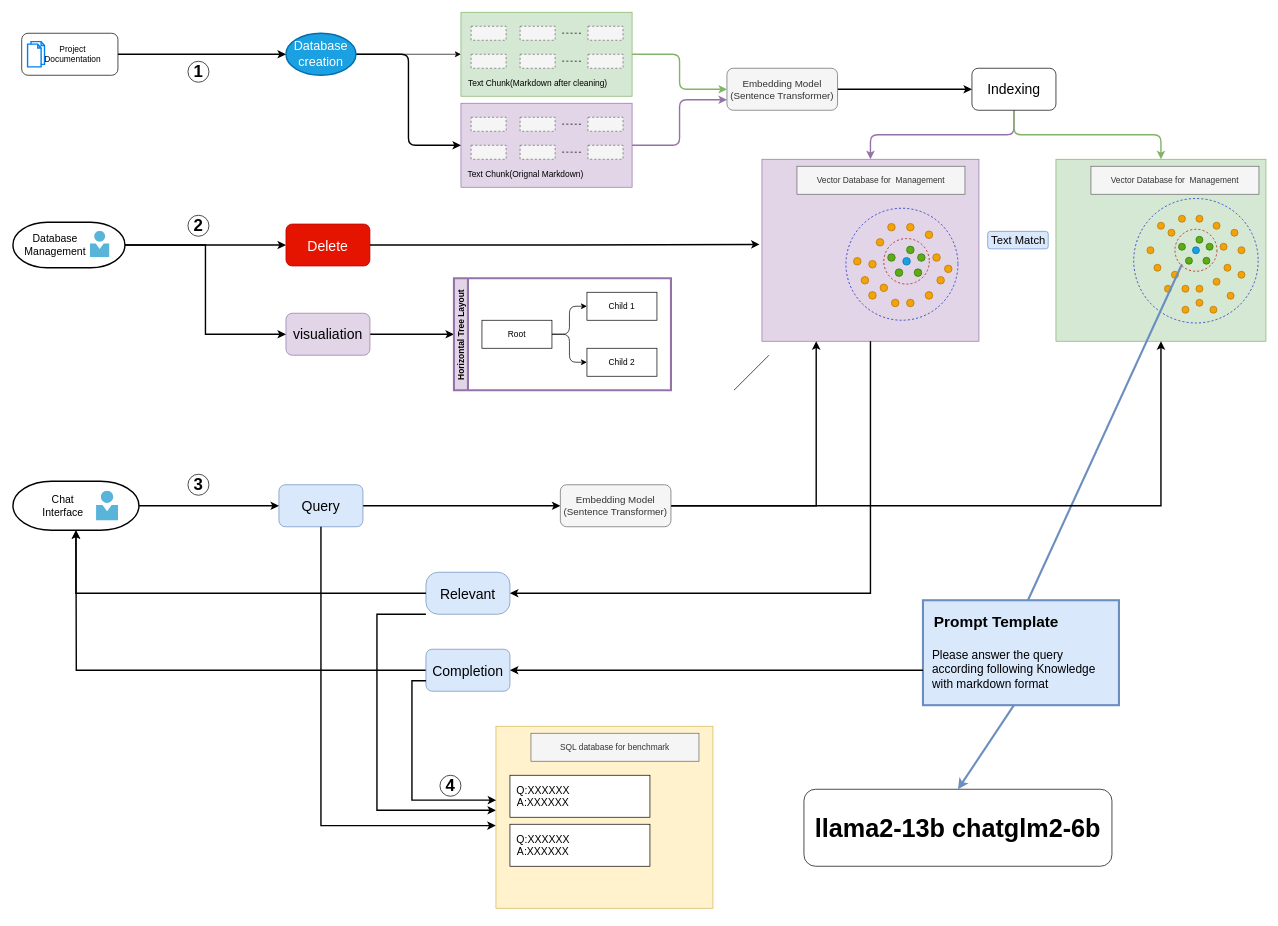
The draw.io diagram chatbot.drawio in PRIDE-Archive/pride-chat-ui, before the edit. Source tidied: cells renumbered, new cells numbered last; positions are measured from the earlier drawing's top-left corner, leaving out a move shared by most shapes. Both pictures are drawn from the tidied source at 70%, with x=0, y=0 at pixel (13, 12).
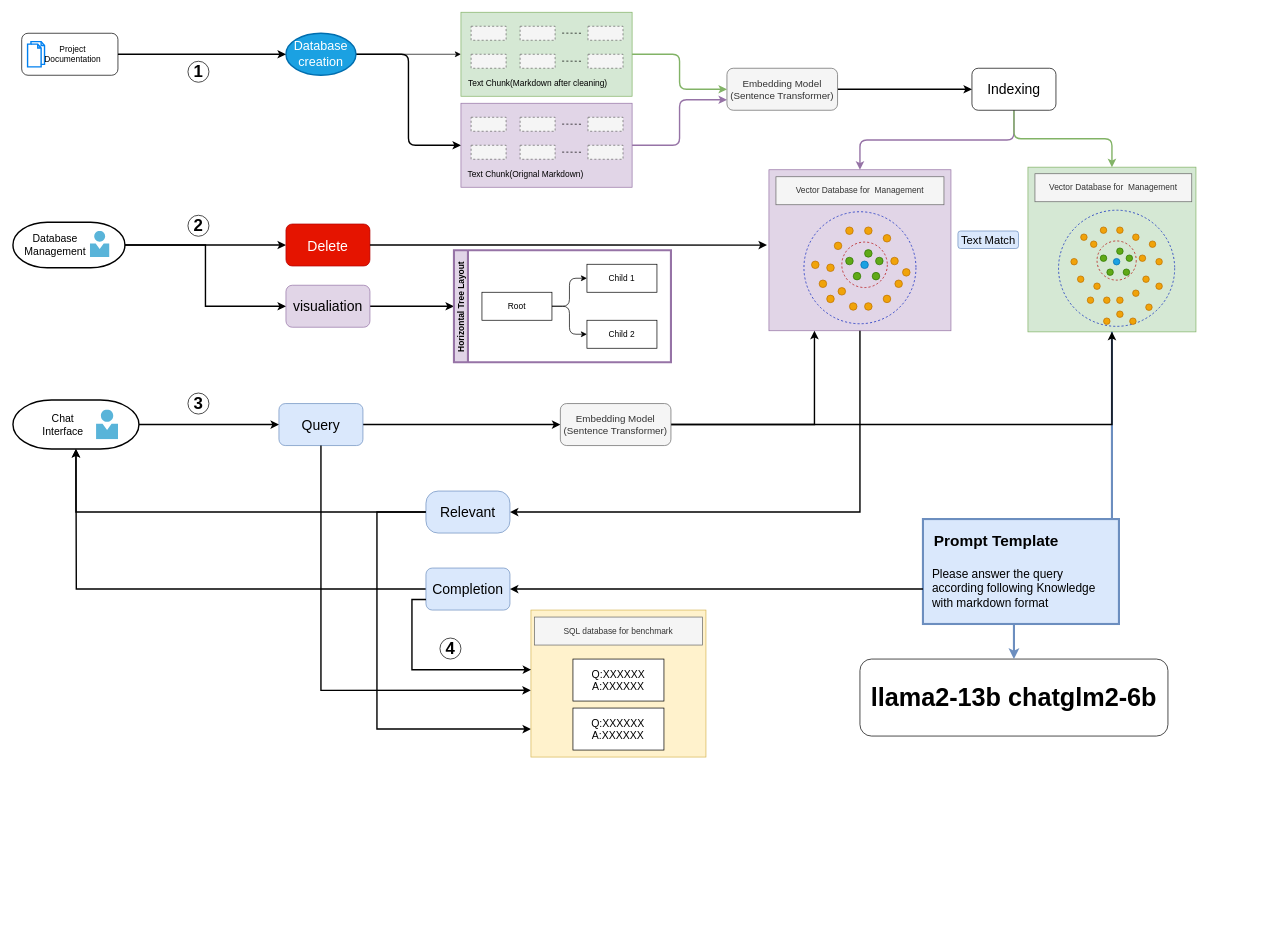
The same page after the edit.

Unchanged cells that the change refers to:
```xml
<mxCell id="2" style="group;" parent="1" vertex="1">
  <mxGeometry x="1070" y="210" width="310" height="260" as="geometry" />
</mxCell>
```

What changed in the source:
```diff
@@
     <mxCell id="3" style="rounded=0;whiteSpace=wrap;html=1;fillColor=#e1d5e7;strokeColor=#9673a6;" parent="2" vertex="1">
-      <mxGeometry width="310" height="260" as="geometry" />
+      <mxGeometry x="10" y="15" width="260" height="230" as="geometry" />
     </mxCell>
     <mxCell id="4" value="Vector Database for&amp;nbsp; Management" style="rounded=0;whiteSpace=wrap;html=1;fillColor=#f5f5f5;fontColor=#333333;strokeColor=#666666;" parent="2" vertex="1">
-      <mxGeometry x="50" y="10" width="240" height="40" as="geometry" />
+      <mxGeometry x="20" y="25" width="240" height="40" as="geometry" />
     </mxCell>
     <mxCell id="5" style="group;" parent="2" vertex="1">
-      <mxGeometry x="120" y="70" width="160" height="160" as="geometry" />
+      <mxGeometry x="60" y="75" width="160" height="160" as="geometry" />
     </mxCell>
@@
     <mxCell id="29" style="group;" parent="1" vertex="1">
-      <mxGeometry x="1490" y="210" width="300" height="260" as="geometry" />
+      <mxGeometry x="1450" y="220" width="317.3" height="260" as="geometry" />
     </mxCell>
     <mxCell id="30" style="rounded=0;whiteSpace=wrap;html=1;fillColor=#d5e8d4;strokeColor=#82b366;" parent="29" vertex="1">
-      <mxGeometry width="300" height="260" as="geometry" />
+      <mxGeometry y="1.3" width="240" height="235.3" as="geometry" />
     </mxCell>
     <mxCell id="31" value="Vector Database for&amp;nbsp; Management" style="rounded=0;whiteSpace=wrap;html=1;fillColor=#f5f5f5;fontColor=#333333;strokeColor=#666666;" parent="29" vertex="1">
-      <mxGeometry x="50" y="10" width="240" height="40" as="geometry" />
+      <mxGeometry x="10" y="10.7" width="224" height="40" as="geometry" />
     </mxCell>
     <mxCell id="32" style="ellipse;whiteSpace=wrap;html=1;fillColor=none;dashed=1;fontColor=#ffffff;strokeColor=#001DBC;" parent="29" vertex="1">
-      <mxGeometry x="111.1" y="56.1" width="177.8" height="177.8" as="geometry" />
+      <mxGeometry x="43.7" y="62.8" width="165.9" height="165.9" as="geometry" />
     </mxCell>
     <mxCell id="33" style="ellipse;whiteSpace=wrap;html=1;fillColor=#f0a30a;fontColor=#000000;strokeColor=#BD7000;perimeterSpacing=0;direction=south;" parent="29" vertex="1">
-      <mxGeometry x="200" y="80" width="10" height="10" as="geometry" />
+      <mxGeometry x="126.7" y="86.7" width="9.3" height="9.3" as="geometry" />
     </mxCell>
     <mxCell id="34" style="ellipse;whiteSpace=wrap;html=1;fillColor=#f0a30a;fontColor=#000000;strokeColor=#BD7000;perimeterSpacing=0;direction=south;" parent="29" vertex="1">
-      <mxGeometry x="240" y="150" width="10" height="10" as="geometry" />
+      <mxGeometry x="164" y="156.7" width="9.3" height="9.3" as="geometry" />
     </mxCell>
     <mxCell id="35" style="ellipse;whiteSpace=wrap;html=1;fillColor=#f0a30a;fontColor=#000000;strokeColor=#BD7000;perimeterSpacing=0;direction=south;" parent="29" vertex="1">
-      <mxGeometry x="160" y="100" width="10" height="10" as="geometry" />
+      <mxGeometry x="89.3" y="106.7" width="9.3" height="9.3" as="geometry" />
     </mxCell>
     <mxCell id="36" style="ellipse;whiteSpace=wrap;html=1;fillColor=#f0a30a;fontColor=#000000;strokeColor=#BD7000;perimeterSpacing=0;direction=south;" parent="29" vertex="1">
-      <mxGeometry x="224.5" y="90" width="10" height="10" as="geometry" />
+      <mxGeometry x="149.5" y="96.7" width="9.3" height="9.3" as="geometry" />
     </mxCell>
     <mxCell id="37" style="ellipse;whiteSpace=wrap;html=1;fillColor=#f0a30a;fontColor=#000000;strokeColor=#BD7000;perimeterSpacing=0;direction=south;" parent="29" vertex="1">
-      <mxGeometry x="180" y="180" width="10" height="10" as="geometry" />
+      <mxGeometry x="108" y="186.7" width="9.3" height="9.3" as="geometry" />
     </mxCell>
     <mxCell id="38" style="ellipse;whiteSpace=wrap;html=1;fillColor=#f0a30a;fontColor=#000000;strokeColor=#BD7000;perimeterSpacing=0;direction=south;" parent="29" vertex="1">
-      <mxGeometry x="165" y="160" width="10" height="10" as="geometry" />
+      <mxGeometry x="94" y="166.7" width="9.3" height="9.3" as="geometry" />
     </mxCell>
     <mxCell id="39" style="ellipse;whiteSpace=wrap;html=1;fillColor=#f0a30a;fontColor=#000000;strokeColor=#BD7000;perimeterSpacing=0;direction=south;" parent="29" vertex="1">
-      <mxGeometry x="224.5" y="170" width="10" height="10" as="geometry" />
+      <mxGeometry x="149.5" y="176.7" width="9.3" height="9.3" as="geometry" />
     </mxCell>
     <mxCell id="40" style="ellipse;whiteSpace=wrap;html=1;fillColor=#f0a30a;fontColor=#000000;strokeColor=#BD7000;perimeterSpacing=0;direction=south;" parent="29" vertex="1">
-      <mxGeometry x="200" y="180" width="10" height="10" as="geometry" />
+      <mxGeometry x="126.7" y="186.7" width="9.3" height="9.3" as="geometry" />
     </mxCell>
     <mxCell id="41" style="ellipse;whiteSpace=wrap;html=1;fillColor=#f0a30a;fontColor=#000000;strokeColor=#BD7000;perimeterSpacing=0;direction=south;" parent="29" vertex="1">
-      <mxGeometry x="234.5" y="120" width="10" height="10" as="geometry" />
+      <mxGeometry x="158.9" y="126.7" width="9.3" height="9.3" as="geometry" />
     </mxCell>
     <mxCell id="42" style="ellipse;whiteSpace=wrap;html=1;fillColor=#f0a30a;fontColor=#000000;strokeColor=#BD7000;perimeterSpacing=0;direction=south;" parent="29" vertex="1">
-      <mxGeometry x="175" y="80" width="10" height="10" as="geometry" />
+      <mxGeometry x="103.3" y="86.7" width="9.3" height="9.3" as="geometry" />
     </mxCell>
     <mxCell id="43" style="ellipse;whiteSpace=wrap;html=1;fillColor=none;fontColor=#ffffff;strokeColor=#B20000;dashed=1;" parent="29" vertex="1">
-      <mxGeometry x="170" y="100" width="60" height="60" as="geometry" />
+      <mxGeometry x="98.7" y="106.7" width="56" height="56" as="geometry" />
     </mxCell>
     <mxCell id="44" style="ellipse;whiteSpace=wrap;html=1;fillColor=#60a917;fontColor=#ffffff;strokeColor=#2D7600;perimeterSpacing=0;direction=south;" parent="29" vertex="1">
-      <mxGeometry x="175" y="120" width="10" height="10" as="geometry" />
+      <mxGeometry x="103.3" y="126.7" width="9.3" height="9.3" as="geometry" />
     </mxCell>
     <mxCell id="45" style="ellipse;whiteSpace=wrap;html=1;fillColor=#60a917;fontColor=#ffffff;strokeColor=#2D7600;perimeterSpacing=0;direction=south;" parent="29" vertex="1">
-      <mxGeometry x="214.5" y="120" width="10" height="10" as="geometry" />
+      <mxGeometry x="140.2" y="126.7" width="9.3" height="9.3" as="geometry" />
     </mxCell>
     <mxCell id="46" style="ellipse;whiteSpace=wrap;html=1;fillColor=#60a917;fontColor=#ffffff;strokeColor=#2D7600;perimeterSpacing=0;direction=south;" parent="29" vertex="1">
-      <mxGeometry x="210" y="140" width="10" height="10" as="geometry" />
+      <mxGeometry x="136" y="146.7" width="9.3" height="9.3" as="geometry" />
     </mxCell>
     <mxCell id="47" style="ellipse;whiteSpace=wrap;html=1;fillColor=#60a917;fontColor=#ffffff;strokeColor=#2D7600;perimeterSpacing=0;direction=south;" parent="29" vertex="1">
-      <mxGeometry x="185" y="140" width="10" height="10" as="geometry" />
+      <mxGeometry x="112.7" y="146.7" width="9.3" height="9.3" as="geometry" />
     </mxCell>
     <mxCell id="48" style="ellipse;whiteSpace=wrap;html=1;fillColor=#60a917;fontColor=#ffffff;strokeColor=#2D7600;perimeterSpacing=0;direction=south;" parent="29" vertex="1">
-      <mxGeometry x="200" y="110" width="10" height="10" as="geometry" />
+      <mxGeometry x="126.7" y="116.7" width="9.3" height="9.3" as="geometry" />
     </mxCell>
     <mxCell id="49" style="ellipse;whiteSpace=wrap;html=1;fillColor=#1ba1e2;fontColor=#ffffff;strokeColor=#006EAF;perimeterSpacing=0;direction=south;" parent="29" vertex="1">
-      <mxGeometry x="195" y="125" width="10" height="10" as="geometry" />
+      <mxGeometry x="122" y="131.7" width="9.3" height="9.3" as="geometry" />
     </mxCell>
     <mxCell id="50" style="ellipse;whiteSpace=wrap;html=1;fillColor=#f0a30a;fontColor=#000000;strokeColor=#BD7000;perimeterSpacing=0;direction=south;" parent="29" vertex="1">
-      <mxGeometry x="130" y="125" width="10" height="10" as="geometry" />
+      <mxGeometry x="61.3" y="131.7" width="9.3" height="9.3" as="geometry" />
     </mxCell>
     <mxCell id="51" style="ellipse;whiteSpace=wrap;html=1;fillColor=#f0a30a;fontColor=#000000;strokeColor=#BD7000;perimeterSpacing=0;direction=south;" parent="29" vertex="1">
-      <mxGeometry x="140" y="150" width="10" height="10" as="geometry" />
+      <mxGeometry x="70.7" y="156.7" width="9.3" height="9.3" as="geometry" />
     </mxCell>
     <mxCell id="52" style="ellipse;whiteSpace=wrap;html=1;fillColor=#f0a30a;fontColor=#000000;strokeColor=#BD7000;perimeterSpacing=0;direction=south;" parent="29" vertex="1">
-      <mxGeometry x="155" y="180" width="10" height="10" as="geometry" />
+      <mxGeometry x="84.7" y="186.7" width="9.3" height="9.3" as="geometry" />
     </mxCell>
     <mxCell id="53" style="ellipse;whiteSpace=wrap;html=1;fillColor=#f0a30a;fontColor=#000000;strokeColor=#BD7000;perimeterSpacing=0;direction=south;" parent="29" vertex="1">
-      <mxGeometry x="220" y="210" width="10" height="10" as="geometry" />
+      <mxGeometry x="145.3" y="216.7" width="9.3" height="9.3" as="geometry" />
     </mxCell>
     <mxCell id="54" style="ellipse;whiteSpace=wrap;html=1;fillColor=#f0a30a;fontColor=#000000;strokeColor=#BD7000;perimeterSpacing=0;direction=south;" parent="29" vertex="1">
-      <mxGeometry x="180" y="210" width="10" height="10" as="geometry" />
+      <mxGeometry x="108" y="216.7" width="9.3" height="9.3" as="geometry" />
     </mxCell>
     <mxCell id="55" style="ellipse;whiteSpace=wrap;html=1;fillColor=#f0a30a;fontColor=#000000;strokeColor=#BD7000;perimeterSpacing=0;direction=south;" parent="29" vertex="1">
-      <mxGeometry x="200" y="200" width="10" height="10" as="geometry" />
+      <mxGeometry x="126.7" y="206.7" width="9.3" height="9.3" as="geometry" />
     </mxCell>
     <mxCell id="56" style="ellipse;whiteSpace=wrap;html=1;fillColor=#f0a30a;fontColor=#000000;strokeColor=#BD7000;perimeterSpacing=0;direction=south;" parent="29" vertex="1">
-      <mxGeometry x="244.5" y="190" width="10" height="10" as="geometry" />
+      <mxGeometry x="168.2" y="196.7" width="9.3" height="9.3" as="geometry" />
     </mxCell>
     <mxCell id="57" style="ellipse;whiteSpace=wrap;html=1;fillColor=#f0a30a;fontColor=#000000;strokeColor=#BD7000;perimeterSpacing=0;direction=south;" parent="29" vertex="1">
-      <mxGeometry x="260" y="125" width="10" height="10" as="geometry" />
+      <mxGeometry x="182.7" y="131.7" width="9.3" height="9.3" as="geometry" />
     </mxCell>
     <mxCell id="58" style="ellipse;whiteSpace=wrap;html=1;fillColor=#f0a30a;fontColor=#000000;strokeColor=#BD7000;perimeterSpacing=0;direction=south;" parent="29" vertex="1">
-      <mxGeometry x="250" y="100" width="10" height="10" as="geometry" />
+      <mxGeometry x="173.3" y="106.7" width="9.3" height="9.3" as="geometry" />
     </mxCell>
     <mxCell id="59" style="ellipse;whiteSpace=wrap;html=1;fillColor=#f0a30a;fontColor=#000000;strokeColor=#BD7000;perimeterSpacing=0;direction=south;" parent="29" vertex="1">
-      <mxGeometry x="260" y="160" width="10" height="10" as="geometry" />
+      <mxGeometry x="182.7" y="166.7" width="9.3" height="9.3" as="geometry" />
     </mxCell>
     <mxCell id="60" style="ellipse;whiteSpace=wrap;html=1;fillColor=#f0a30a;fontColor=#000000;strokeColor=#BD7000;perimeterSpacing=0;direction=south;" parent="29" vertex="1">
-      <mxGeometry x="145" y="90" width="10" height="10" as="geometry" />
+      <mxGeometry x="75.3" y="96.7" width="9.3" height="9.3" as="geometry" />
     </mxCell>
-    <mxCell id="61" value="&lt;font style=&quot;font-size: 16px;&quot;&gt;Text Match&lt;/font&gt;" style="rounded=1;whiteSpace=wrap;html=1;fillColor=#dae8fc;strokeColor=#6c8ebf;" parent="29" vertex="1">
-      <mxGeometry x="-97.5" y="103" width="86.5" height="25" as="geometry" />
-    </mxCell>
-    <mxCell id="62" style="endArrow=none;html=1;rounded=0;strokeWidth=3;fillColor=#dae8fc;strokeColor=#6c8ebf;" parent="29" edge="1">
+    <mxCell id="62" style="endArrow=none;html=1;rounded=0;strokeWidth=3;fillColor=#dae8fc;strokeColor=#6c8ebf;entryX=0.5;entryY=1;entryDx=0;entryDy=0;edgeStyle=orthogonalEdgeStyle;" parent="29" edge="1" target="30">
       <mxGeometry relative="1" as="geometry">
-        <mxPoint x="-40" y="630" as="sourcePoint" />
-        <mxPoint x="180" y="150" as="targetPoint" />
+        <mxPoint x="-37.3" y="630" as="sourcePoint" />
       </mxGeometry>
     </mxCell>
@@
     <mxCell id="107" value="&lt;span style=&quot;font-size: 20px;&quot;&gt;visualiation&lt;/span&gt;" style="rounded=1;whiteSpace=wrap;html=1;fillColor=#e1d5e7;strokeColor=#9673a6;" parent="1" vertex="1">
-      <mxGeometry x="390" y="430" width="120" height="60" as="geometry" />
+      <mxGeometry x="390" y="390" width="120" height="60" as="geometry" />
     </mxCell>
@@
     <mxCell id="112" value="Horizontal Tree Layout" style="swimlane;startSize=20;horizontal=0;horizontalTree=1;containerType=tree;fontSize=12;fillColor=#e1d5e7;strokeColor=#9673a6;strokeWidth=3;" parent="1" vertex="1">
-      <mxGeometry x="630" y="380" width="310" height="160" as="geometry" />
+      <mxGeometry x="630" y="340" width="310" height="160" as="geometry" />
     </mxCell>
@@
     <mxCell id="118" style="group;" parent="1" vertex="1">
-      <mxGeometry y="670" width="180" height="70" as="geometry" />
+      <mxGeometry y="554" width="180" height="70" as="geometry" />
     </mxCell>
@@
     <mxCell id="123" value="&lt;span style=&quot;font-size: 20px;&quot;&gt;Query&lt;/span&gt;" style="rounded=1;whiteSpace=wrap;html=1;fillColor=#dae8fc;strokeColor=#6c8ebf;" parent="1" vertex="1">
-      <mxGeometry x="380" y="675" width="120" height="60" as="geometry" />
+      <mxGeometry x="380" y="559" width="120" height="60" as="geometry" />
     </mxCell>
@@
     <mxCell id="126" value="&lt;font style=&quot;font-size: 14px;&quot;&gt;Embedding Model&lt;br&gt;(Sentence Transformer)&lt;br&gt;&lt;/font&gt;" style="rounded=1;whiteSpace=wrap;html=1;fillColor=#f5f5f5;fontColor=#333333;strokeColor=#666666;" parent="1" vertex="1">
-      <mxGeometry x="782" y="675" width="158" height="60" as="geometry" />
+      <mxGeometry x="782" y="559" width="158" height="60" as="geometry" />
     </mxCell>
-    <mxCell id="127" style="edgeStyle=orthogonalEdgeStyle;rounded=0;jettySize=auto;html=1;exitX=0;exitY=1;exitDx=0;exitDy=0;strokeWidth=2;" parent="1" edge="1" source="128" target="143">
+    <mxCell id="127" style="edgeStyle=orthogonalEdgeStyle;rounded=0;jettySize=auto;html=1;exitX=0;exitY=0.5;exitDx=0;exitDy=0;strokeWidth=2;" parent="1" edge="1" source="128" target="143">
       <mxGeometry relative="1" as="geometry">
         <Array as="points">
-          <mxPoint x="520" y="860" />
-          <mxPoint x="520" y="1140" />
+          <mxPoint x="520" y="714" />
+          <mxPoint x="520" y="1024" />
         </Array>
       </mxGeometry>
     </mxCell>
     <mxCell id="128" value="&lt;span style=&quot;font-size: 20px;&quot;&gt;Relevant&lt;/span&gt;" style="rounded=1;whiteSpace=wrap;html=1;fillColor=#dae8fc;strokeColor=#6c8ebf;arcSize=29;" parent="1" vertex="1">
-      <mxGeometry x="590" y="800" width="120" height="60" as="geometry" />
+      <mxGeometry x="590" y="684" width="120" height="60" as="geometry" />
     </mxCell>
     <mxCell id="129" style="edgeStyle=orthogonalEdgeStyle;rounded=0;jettySize=auto;html=1;exitX=0;exitY=0.5;exitDx=0;exitDy=0;strokeWidth=2;" parent="1" edge="1" source="130">
       <mxGeometry relative="1" as="geometry">
-        <mxPoint x="90" y="740" as="targetPoint" />
+        <mxPoint x="90" y="624" as="targetPoint" />
       </mxGeometry>
     </mxCell>
     <mxCell id="130" value="&lt;span style=&quot;font-size: 20px;&quot;&gt;Completion&lt;/span&gt;" style="rounded=1;whiteSpace=wrap;html=1;fillColor=#dae8fc;strokeColor=#6c8ebf;" parent="1" vertex="1">
-      <mxGeometry x="590" y="910" width="120" height="60" as="geometry" />
+      <mxGeometry x="590" y="794" width="120" height="60" as="geometry" />
     </mxCell>
@@
     <mxCell id="132" style="group;fillColor=#dae8fc;strokeColor=#6c8ebf;strokeWidth=3;" parent="1" vertex="1">
-      <mxGeometry x="1300" y="840" width="280" height="149.9" as="geometry" />
+      <mxGeometry x="1300" y="724" width="280" height="149.9" as="geometry" />
     </mxCell>
@@
-    <mxCell id="136" style="endArrow=none;html=1;rounded=0;" parent="1" edge="1">
-      <mxGeometry relative="1" as="geometry">
-        <mxPoint x="1030" y="540" as="sourcePoint" />
-        <mxPoint x="1080" y="490" as="targetPoint" />
-      </mxGeometry>
-    </mxCell>
@@
     <mxCell id="139" value="&lt;font style=&quot;font-size: 36px;&quot;&gt;&lt;b&gt;llama2-13b chatglm2-6b&lt;/b&gt;&lt;/font&gt;" style="rounded=1;whiteSpace=wrap;html=1;" parent="1" vertex="1">
-      <mxGeometry x="1130" y="1110" width="440" height="110" as="geometry" />
+      <mxGeometry x="1210" y="924" width="440" height="110" as="geometry" />
     </mxCell>
@@
     <mxCell id="141" value="&lt;font style=&quot;font-size: 24px;&quot;&gt;&lt;b&gt;3&lt;/b&gt;&lt;/font&gt;" style="ellipse;whiteSpace=wrap;html=1;" parent="1" vertex="1">
-      <mxGeometry x="250" y="660" width="30" height="30" as="geometry" />
+      <mxGeometry x="250" y="544" width="30" height="30" as="geometry" />
     </mxCell>
     <mxCell id="142" style="group;" parent="1" vertex="1">
-      <mxGeometry x="690" y="1020" width="310" height="268" as="geometry" />
+      <mxGeometry x="710" y="854" width="310" height="268" as="geometry" />
     </mxCell>
     <mxCell id="143" style="rounded=0;whiteSpace=wrap;html=1;fillColor=#fff2cc;strokeColor=#d6b656;" parent="142" vertex="1">
-      <mxGeometry width="310" height="260" as="geometry" />
+      <mxGeometry x="30" width="250" height="210" as="geometry" />
     </mxCell>
     <mxCell id="144" value="SQL database for benchmark" style="rounded=0;whiteSpace=wrap;html=1;fillColor=#f5f5f5;fontColor=#333333;strokeColor=#666666;" parent="142" vertex="1">
-      <mxGeometry x="50" y="10" width="240" height="40" as="geometry" />
+      <mxGeometry x="35" y="10" width="240" height="40" as="geometry" />
     </mxCell>
     <mxCell id="145" style="group;" parent="142" vertex="1">
-      <mxGeometry x="20" y="70" width="200" height="60" as="geometry" />
+      <mxGeometry x="90" y="70" width="130" height="60" as="geometry" />
     </mxCell>
     <mxCell id="146" style="rounded=0;whiteSpace=wrap;html=1;" parent="145" vertex="1">
-      <mxGeometry width="200" height="60" as="geometry" />
+      <mxGeometry width="130" height="60" as="geometry" />
     </mxCell>
     <mxCell id="147" value="&lt;font style=&quot;font-size: 15px;&quot;&gt;Q:XXXXXX&lt;br&gt;A:XXXXXX&lt;br&gt;&lt;/font&gt;" style="text;strokeColor=none;align=center;fillColor=none;html=1;verticalAlign=middle;whiteSpace=wrap;rounded=0;" parent="145" vertex="1">
-      <mxGeometry y="9" width="95.2" height="42" as="geometry" />
+      <mxGeometry x="34" y="9" width="61.9" height="42" as="geometry" />
     </mxCell>
     <mxCell id="148" style="rounded=0;whiteSpace=wrap;html=1;" parent="142" vertex="1">
-      <mxGeometry x="20" y="140" width="200" height="60" as="geometry" />
+      <mxGeometry x="90" y="140" width="130" height="60" as="geometry" />
     </mxCell>
     <mxCell id="149" value="&lt;font style=&quot;font-size: 15px;&quot;&gt;Q:XXXXXX&lt;br&gt;A:XXXXXX&lt;br&gt;&lt;/font&gt;" style="text;strokeColor=none;align=center;fillColor=none;html=1;verticalAlign=middle;whiteSpace=wrap;rounded=0;" parent="142" vertex="1">
-      <mxGeometry x="20" y="149" width="95.2" height="42" as="geometry" />
+      <mxGeometry x="107.4" y="149" width="95.2" height="42" as="geometry" />
     </mxCell>
@@
     <mxCell id="152" value="&lt;font style=&quot;font-size: 24px;&quot;&gt;&lt;b&gt;4&lt;/b&gt;&lt;/font&gt;" style="ellipse;whiteSpace=wrap;html=1;" parent="1" vertex="1">
-      <mxGeometry x="610" y="1090" width="30" height="30" as="geometry" />
+      <mxGeometry x="610" y="894" width="30" height="30" as="geometry" />
     </mxCell>
+    <mxCell id="61" value="&lt;font style=&quot;font-size: 16px;&quot;&gt;Text Match&lt;/font&gt;" style="rounded=1;whiteSpace=wrap;html=1;fillColor=#dae8fc;strokeColor=#6c8ebf;" parent="1" vertex="1">
+      <mxGeometry x="1350" y="312.5" width="86.5" height="25" as="geometry" />
+    </mxCell>
```
